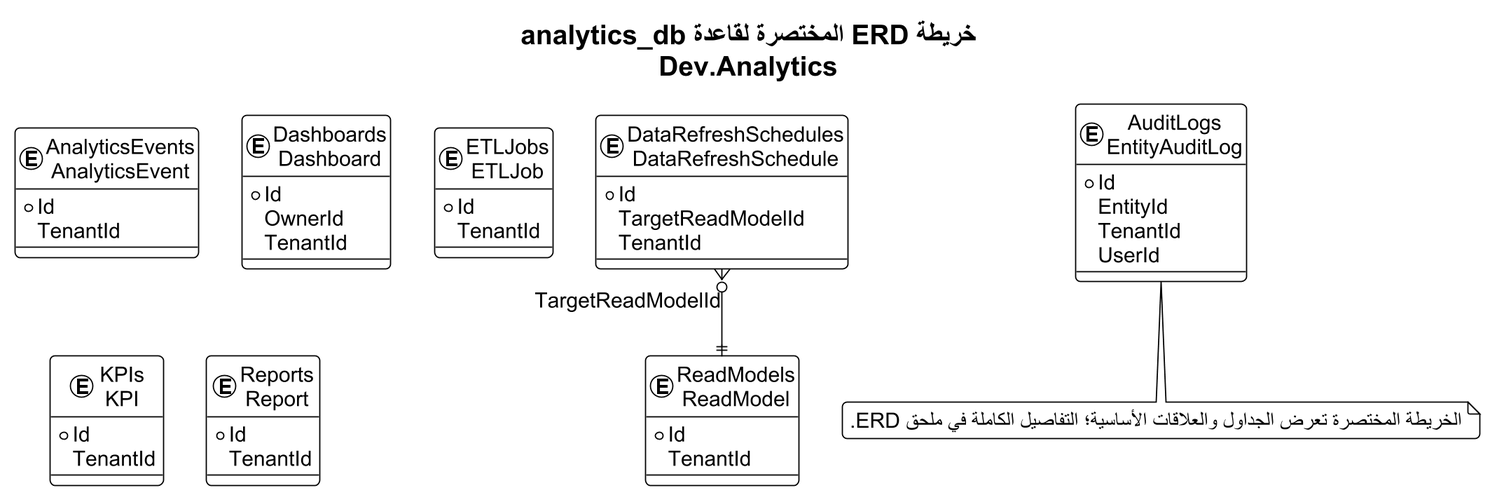
Earlier version of the PlantUML export docs/thesis_diagrams/database_erdds/compact_rendered/05_analytics_compact.png (omardefdev/HRManagement).
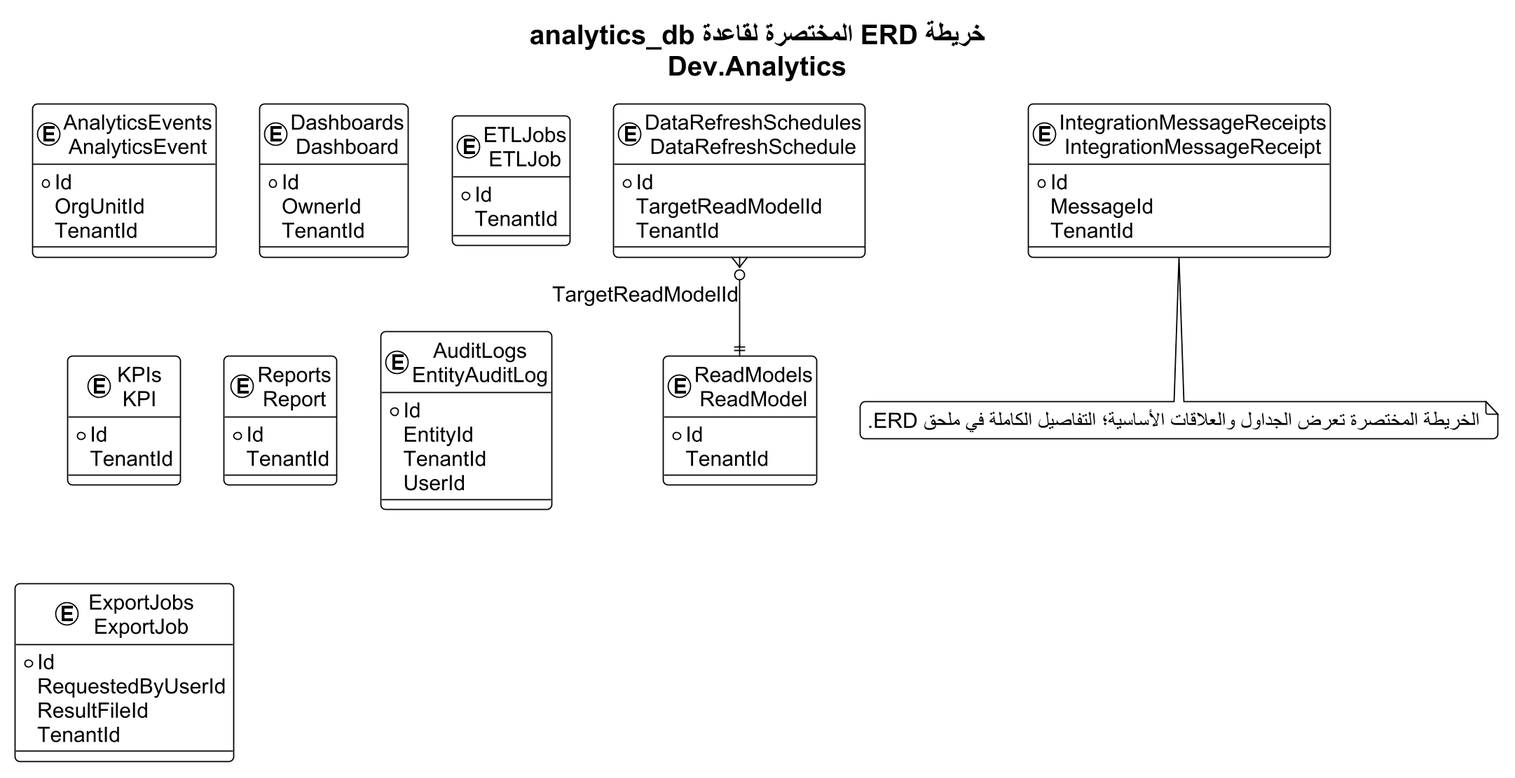
The same file after the commit.

Change to the diagram source:
```diff
@@ -14,6 +14,7 @@
 
 entity "AnalyticsEvents\nAnalyticsEvent" as T01 {
   * Id
+    OrgUnitId
     TenantId
 }
 entity "Dashboards\nDashboard" as T02 {
@@ -48,6 +49,17 @@
     TenantId
     UserId
 }
+entity "ExportJobs\nExportJob" as T09 {
+  * Id
+    RequestedByUserId
+    ResultFileId
+    TenantId
+}
+entity "IntegrationMessageReceipts\nIntegrationMessageReceipt" as T10 {
+  * Id
+    MessageId
+    TenantId
+}
 
 T03 }o--|| T06 : TargetReadModelId
 
```
